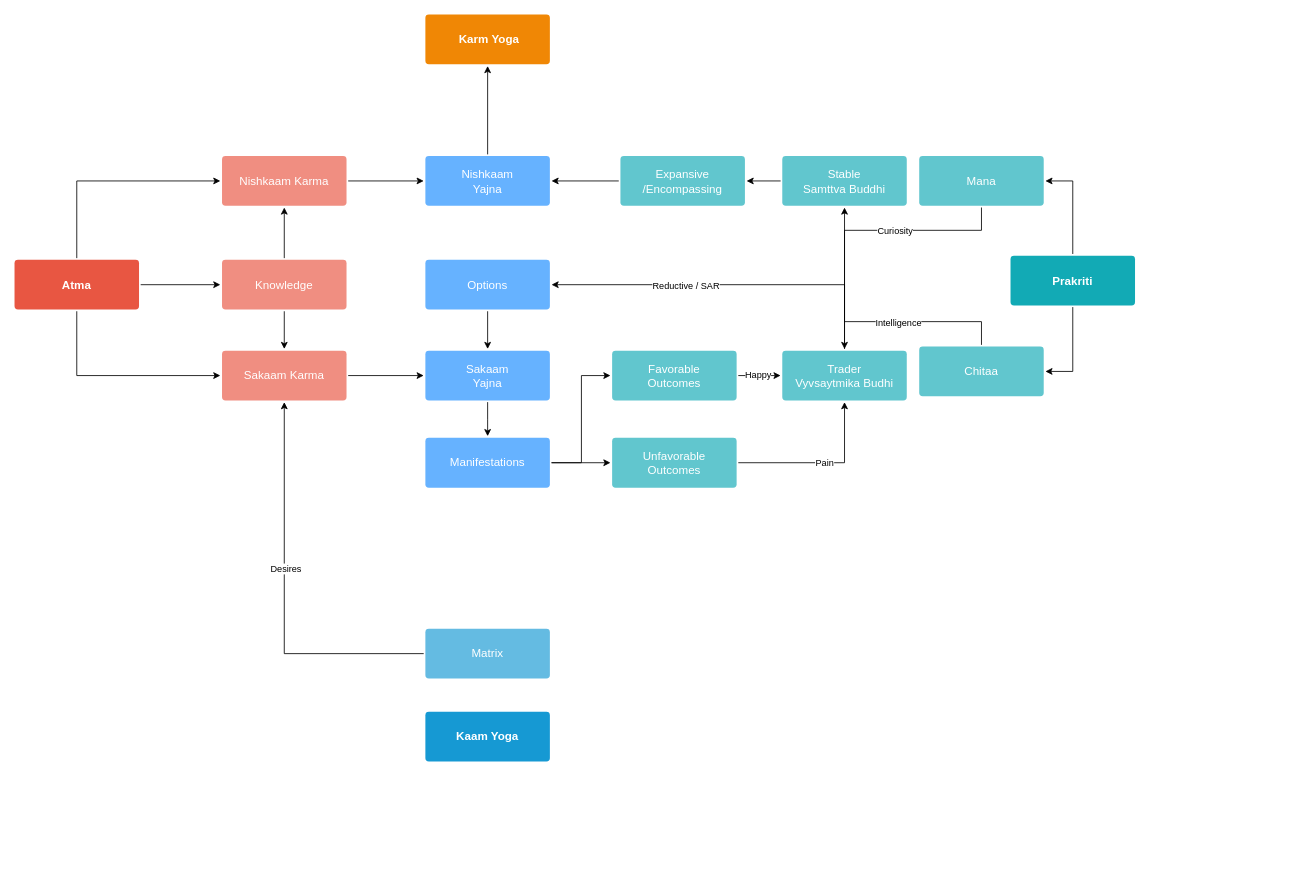
Before: src/Untitled Diagram.drawio in ashutoshmjain/gita, a draw.io diagram. Source tidied: cells renumbered, new cells numbered last; positions are measured from the earlier drawing's top-left corner, leaving out a move shared by most shapes. Both pictures are drawn from the tidied source at 83%, with x=0, y=0 at pixel (14, 14).
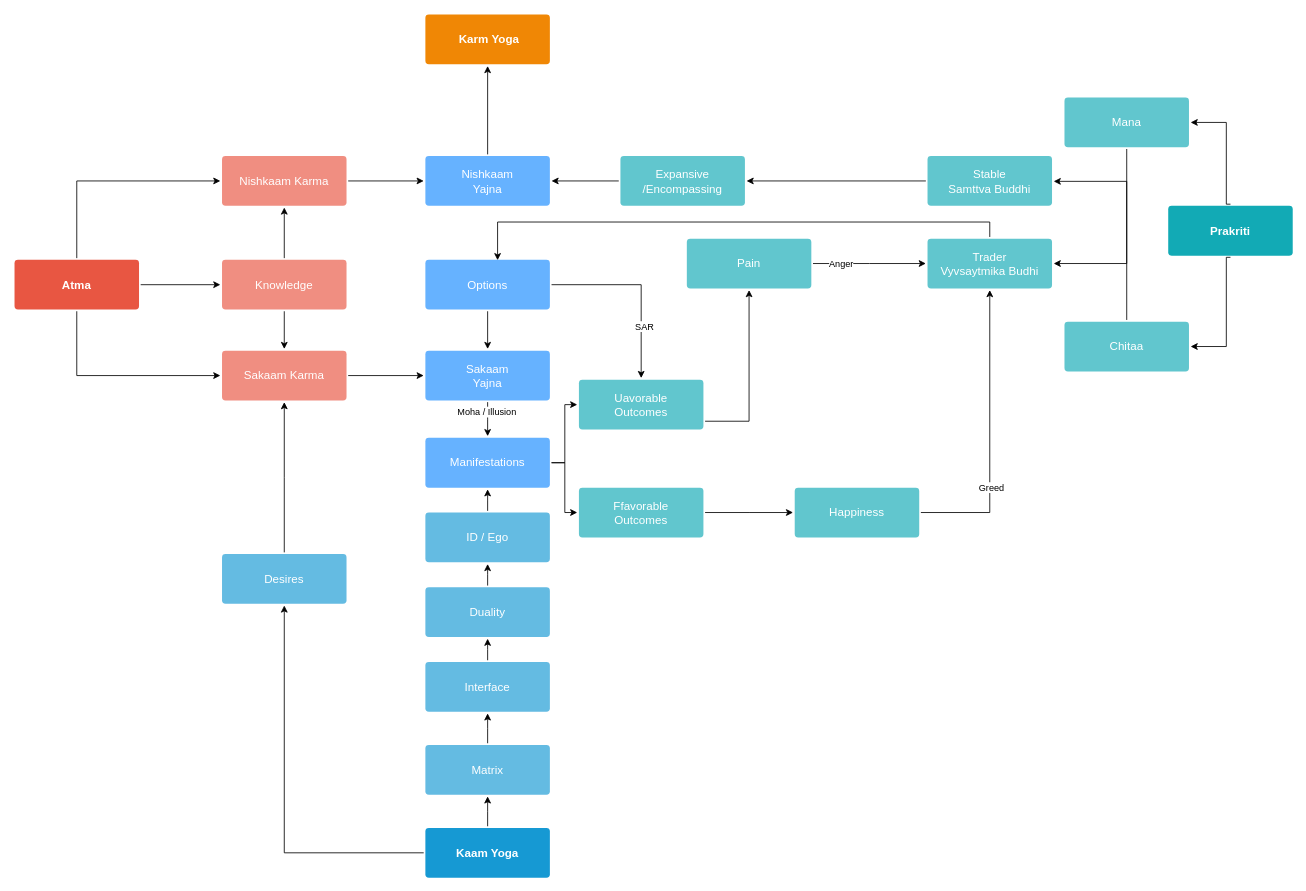
The same page after the edit.

Unchanged cells that the change refers to:
```xml
<mxCell id="7" value="Sakaam Karma" style="rounded=1;whiteSpace=wrap;html=1;shadow=0;labelBackgroundColor=none;strokeColor=none;strokeWidth=3;fillColor=#f08e81;fontFamily=Helvetica;fontSize=14;fontColor=#FFFFFF;align=center;spacing=5;fontStyle=0;arcSize=7;perimeterSpacing=2;" parent="1" vertex="1">
  <mxGeometry x="250" y="405" width="150" height="60" as="geometry" />
</mxCell>
<mxCell id="37" value="Options" style="rounded=1;whiteSpace=wrap;html=1;shadow=0;labelBackgroundColor=none;strokeColor=none;strokeWidth=3;fillColor=#66B2FF;fontFamily=Helvetica;fontSize=14;fontColor=#FFFFFF;align=center;spacing=5;fontStyle=0;arcSize=7;perimeterSpacing=2;" parent="1" vertex="1">
  <mxGeometry x="495" y="295.5" width="150" height="60" as="geometry" />
</mxCell>
<mxCell id="38" style="edgeStyle=elbowEdgeStyle;rounded=0;jettySize=auto;html=1;exitX=0.5;exitY=1;exitDx=0;exitDy=0;entryX=0.5;entryY=0;entryDx=0;entryDy=0;" parent="1" edge="1" source="39" target="48">
  <mxGeometry relative="1" as="geometry" />
</mxCell>
<mxCell id="48" value="Manifestations" style="rounded=1;whiteSpace=wrap;html=1;shadow=0;labelBackgroundColor=none;strokeColor=none;strokeWidth=3;fillColor=#66B2FF;fontFamily=Helvetica;fontSize=14;fontColor=#FFFFFF;align=center;spacing=5;fontStyle=0;arcSize=7;perimeterSpacing=2;" parent="1" vertex="1">
  <mxGeometry x="495" y="510" width="150" height="60" as="geometry" />
</mxCell>
```

The edit, as a diff of the source:
```diff
@@
+    <mxCell id="49" style="edgeStyle=elbowEdgeStyle;rounded=0;jettySize=auto;html=1;exitX=0;exitY=0.5;exitDx=0;exitDy=0;entryX=0.5;entryY=1;entryDx=0;entryDy=0;" parent="1" edge="1" source="13" target="15">
+      <mxGeometry relative="1" as="geometry">
+        <Array as="points">
+          <mxPoint x="325" y="840" />
+        </Array>
+      </mxGeometry>
+    </mxCell>
+    <mxCell id="50" style="edgeStyle=elbowEdgeStyle;rounded=0;jettySize=auto;html=1;exitX=0.5;exitY=0;exitDx=0;exitDy=0;entryX=0.5;entryY=1;entryDx=0;entryDy=0;" parent="1" edge="1" source="13" target="16">
+      <mxGeometry relative="1" as="geometry" />
+    </mxCell>
     <mxCell id="13" value="Kaam Yoga" style="rounded=1;whiteSpace=wrap;html=1;shadow=0;labelBackgroundColor=none;strokeColor=none;strokeWidth=3;fillColor=#1699d3;fontFamily=Helvetica;fontSize=14;fontColor=#FFFFFF;align=center;spacing=5;fontStyle=1;arcSize=7;perimeterSpacing=2;" parent="1" vertex="1">
-      <mxGeometry x="495" y="840" width="150" height="60" as="geometry" />
+      <mxGeometry x="495" y="980" width="150" height="60" as="geometry" />
     </mxCell>
-    <mxCell id="14" style="edgeStyle=elbowEdgeStyle;rounded=0;jettySize=auto;html=1;exitX=0;exitY=0.5;exitDx=0;exitDy=0;entryX=0.5;entryY=1;entryDx=0;entryDy=0;" parent="1" edge="1" source="16" target="7">
-      <mxGeometry relative="1" as="geometry">
-        <Array as="points">
-          <mxPoint x="325" y="670" />
-        </Array>
-      </mxGeometry>
-    </mxCell>
-    <mxCell id="15" value="Desires" style="edgeLabel;html=1;align=center;verticalAlign=middle;points=[];" parent="14" vertex="1">
-      <mxGeometry x="0.15" y="-1" relative="1" as="geometry" />
-    </mxCell>
+    <mxCell id="51" style="edgeStyle=elbowEdgeStyle;rounded=0;jettySize=auto;html=1;exitX=0.5;exitY=0;exitDx=0;exitDy=0;entryX=0.5;entryY=1;entryDx=0;entryDy=0;" parent="1" edge="1" source="16" target="58">
+      <mxGeometry relative="1" as="geometry" />
+    </mxCell>
     <mxCell id="16" value="Matrix" style="rounded=1;whiteSpace=wrap;html=1;shadow=0;labelBackgroundColor=none;strokeColor=none;strokeWidth=3;fillColor=#64bbe2;fontFamily=Helvetica;fontSize=14;fontColor=#FFFFFF;align=center;spacing=5;arcSize=7;perimeterSpacing=2;" parent="1" vertex="1">
-      <mxGeometry x="495" y="740" width="150" height="60" as="geometry" />
+      <mxGeometry x="495" y="880" width="150" height="60" as="geometry" />
     </mxCell>
@@
-    <mxCell id="18" style="edgeStyle=orthogonalEdgeStyle;rounded=0;jettySize=auto;html=1;exitX=0.5;exitY=0;exitDx=0;exitDy=0;entryX=1;entryY=0.5;entryDx=0;entryDy=0;" parent="1" edge="1" source="20" target="26">
+    <mxCell id="18" style="edgeStyle=elbowEdgeStyle;rounded=0;jettySize=auto;html=1;exitX=0.5;exitY=0;exitDx=0;exitDy=0;entryX=1;entryY=0.5;entryDx=0;entryDy=0;" parent="1" edge="1" source="20" target="26">
       <mxGeometry relative="1" as="geometry">
         <Array as="points">
-          <mxPoint x="1275" y="201" />
+          <mxPoint x="1460" y="250" />
         </Array>
       </mxGeometry>
     </mxCell>
-    <mxCell id="19" style="edgeStyle=orthogonalEdgeStyle;rounded=0;jettySize=auto;html=1;entryX=1;entryY=0.5;entryDx=0;entryDy=0;" parent="1" edge="1" source="20" target="23">
+    <mxCell id="19" style="edgeStyle=elbowEdgeStyle;rounded=0;jettySize=auto;html=1;exitX=0.5;exitY=1;exitDx=0;exitDy=0;entryX=1;entryY=0.5;entryDx=0;entryDy=0;" parent="1" edge="1" source="20" target="23">
       <mxGeometry relative="1" as="geometry">
         <Array as="points">
-          <mxPoint x="1275" y="430" />
+          <mxPoint x="1460" y="420" />
         </Array>
       </mxGeometry>
     </mxCell>
     <mxCell id="20" value="Prakriti" style="rounded=1;whiteSpace=wrap;html=1;shadow=0;labelBackgroundColor=none;strokeColor=none;strokeWidth=3;fillColor=#12aab5;fontFamily=Helvetica;fontSize=14;fontColor=#FFFFFF;align=center;spacing=5;fontStyle=1;arcSize=7;perimeterSpacing=2;" parent="1" vertex="1">
-      <mxGeometry x="1200" y="290.5" width="150" height="60" as="geometry" />
+      <mxGeometry x="1390" y="230.5" width="150" height="60" as="geometry" />
     </mxCell>
-    <mxCell id="21" style="edgeStyle=orthogonalEdgeStyle;rounded=0;jettySize=auto;html=1;exitX=0.5;exitY=0;exitDx=0;exitDy=0;entryX=0.5;entryY=1;entryDx=0;entryDy=0;" parent="1" edge="1" source="23" target="28">
+    <mxCell id="21" style="edgeStyle=elbowEdgeStyle;rounded=0;jettySize=auto;elbow=vertical;html=1;exitX=0.5;exitY=0;exitDx=0;exitDy=0;entryX=1;entryY=0.5;entryDx=0;entryDy=0;" parent="1" edge="1" source="23" target="28">
       <mxGeometry relative="1" as="geometry">
         <Array as="points">
-          <mxPoint x="1165" y="370" />
-          <mxPoint x="1000" y="370" />
-          <mxPoint x="1000" y="238" />
+          <mxPoint x="1300" y="201" />
+          <mxPoint x="1340" y="210" />
         </Array>
       </mxGeometry>
     </mxCell>
-    <mxCell id="22" value="Intelligence" style="edgeLabel;html=1;align=center;verticalAlign=middle;" parent="21" vertex="1">
-      <mxGeometry x="-0.22" y="1" relative="1" as="geometry" />
-    </mxCell>
     <mxCell id="23" value="Chitaa" style="rounded=1;whiteSpace=wrap;html=1;shadow=0;labelBackgroundColor=none;strokeColor=none;strokeWidth=3;fillColor=#61c6ce;fontFamily=Helvetica;fontSize=14;fontColor=#FFFFFF;align=center;spacing=5;fontStyle=0;arcSize=7;perimeterSpacing=2;" parent="1" vertex="1">
-      <mxGeometry x="1090" y="400" width="150" height="60" as="geometry" />
+      <mxGeometry x="1265" y="370" width="150" height="60" as="geometry" />
     </mxCell>
-    <mxCell id="24" style="edgeStyle=orthogonalEdgeStyle;rounded=0;jettySize=auto;html=1;entryX=0.5;entryY=0;entryDx=0;entryDy=0;exitX=0.5;exitY=1;exitDx=0;exitDy=0;" parent="1" edge="1" source="26" target="31">
+    <mxCell id="24" style="edgeStyle=elbowEdgeStyle;rounded=0;jettySize=auto;elbow=vertical;html=1;exitX=0.5;exitY=1;exitDx=0;exitDy=0;entryX=1;entryY=0.5;entryDx=0;entryDy=0;" parent="1" edge="1" source="26" target="31">
       <mxGeometry relative="1" as="geometry">
         <Array as="points">
-          <mxPoint x="1165" y="260" />
-          <mxPoint x="1000" y="260" />
+          <mxPoint x="1340" y="300" />
         </Array>
       </mxGeometry>
     </mxCell>
-    <mxCell id="25" value="Curiosity" style="edgeLabel;html=1;align=center;verticalAlign=middle;" parent="24" vertex="1">
-      <mxGeometry x="-0.21" relative="1" as="geometry">
-        <mxPoint x="1" as="offset" />
-      </mxGeometry>
-    </mxCell>
     <mxCell id="26" value="Mana" style="rounded=1;whiteSpace=wrap;html=1;shadow=0;labelBackgroundColor=none;strokeColor=none;strokeWidth=3;fillColor=#61c6ce;fontFamily=Helvetica;fontSize=14;fontColor=#FFFFFF;align=center;spacing=5;fontStyle=0;arcSize=7;perimeterSpacing=2;" parent="1" vertex="1">
-      <mxGeometry x="1090" y="170.5" width="150" height="60" as="geometry" />
+      <mxGeometry x="1265" y="100" width="150" height="60" as="geometry" />
     </mxCell>
@@
     <mxCell id="28" value="&lt;div&gt;Stable &lt;br&gt;&lt;/div&gt;&lt;div&gt;Samttva Buddhi&lt;br&gt;&lt;/div&gt;" style="rounded=1;whiteSpace=wrap;html=1;shadow=0;labelBackgroundColor=none;strokeColor=none;strokeWidth=3;fillColor=#61c6ce;fontFamily=Helvetica;fontSize=14;fontColor=#FFFFFF;align=center;spacing=5;fontStyle=0;arcSize=7;perimeterSpacing=2;" parent="1" vertex="1">
-      <mxGeometry x="925" y="170.5" width="150" height="60" as="geometry" />
+      <mxGeometry x="1100" y="170.5" width="150" height="60" as="geometry" />
     </mxCell>
-    <mxCell id="29" style="edgeStyle=orthogonalEdgeStyle;rounded=0;jettySize=auto;html=1;exitX=0.5;exitY=0;exitDx=0;exitDy=0;entryX=1;entryY=0.5;entryDx=0;entryDy=0;" parent="1" edge="1" source="31" target="37">
-      <mxGeometry relative="1" as="geometry">
-        <Array as="points">
-          <mxPoint x="1000" y="326" />
-        </Array>
-      </mxGeometry>
-    </mxCell>
-    <mxCell id="30" value="Reductive / SAR" style="edgeLabel;html=1;align=center;verticalAlign=middle;" parent="29" vertex="1">
-      <mxGeometry x="0.25" y="1" relative="1" as="geometry" />
-    </mxCell>
-    <mxCell id="31" value="&lt;div&gt;Trader &lt;br&gt;&lt;/div&gt;&lt;div&gt;Vyvsaytmika Budhi&lt;br&gt;&lt;/div&gt;" style="rounded=1;whiteSpace=wrap;html=1;shadow=0;labelBackgroundColor=none;strokeColor=none;strokeWidth=3;fillColor=#61c6ce;fontFamily=Helvetica;fontSize=14;fontColor=#FFFFFF;align=center;spacing=5;fontStyle=0;arcSize=7;perimeterSpacing=2;" parent="1" vertex="1">
-      <mxGeometry x="925" y="405" width="150" height="60" as="geometry" />
-    </mxCell>
@@
+    <mxCell id="52" style="edgeStyle=elbowEdgeStyle;rounded=0;jettySize=auto;html=1;exitX=1;exitY=0.5;exitDx=0;exitDy=0;entryX=0.5;entryY=0;entryDx=0;entryDy=0;" parent="1" edge="1" source="37" target="42">
+      <mxGeometry relative="1" as="geometry">
+        <Array as="points">
+          <mxPoint x="755" y="390" />
+          <mxPoint x="740" y="380" />
+          <mxPoint x="750" y="370" />
+        </Array>
+      </mxGeometry>
+    </mxCell>
+    <mxCell id="53" value="SAR " style="edgeLabel;html=1;align=center;verticalAlign=middle;" parent="52" vertex="1">
+      <mxGeometry x="0.43" y="3" relative="1" as="geometry" />
+    </mxCell>
@@
+    <mxCell id="54" value="Moha / Illusion" style="edgeLabel;html=1;align=center;verticalAlign=middle;" parent="38" vertex="1">
+      <mxGeometry x="-0.46" y="-2" relative="1" as="geometry" />
+    </mxCell>
@@
-    <mxCell id="40" style="edgeStyle=elbowEdgeStyle;rounded=0;jettySize=auto;html=1;exitX=1;exitY=0.5;exitDx=0;exitDy=0;entryX=0;entryY=0.5;entryDx=0;entryDy=0;" parent="1" edge="1" source="42" target="31">
-      <mxGeometry relative="1" as="geometry" />
-    </mxCell>
-    <mxCell id="41" value="Happy" style="edgeLabel;html=1;align=center;verticalAlign=middle;" parent="40" vertex="1">
-      <mxGeometry x="-0.09" y="2" relative="1" as="geometry" />
-    </mxCell>
+    <mxCell id="55" style="edgeStyle=elbowEdgeStyle;rounded=0;jettySize=auto;html=1;entryX=0.5;entryY=1;entryDx=0;entryDy=0;" parent="1" edge="1" source="42" target="44">
+      <mxGeometry relative="1" as="geometry">
+        <Array as="points">
+          <mxPoint x="885" y="490" />
+          <mxPoint x="880" y="430" />
+        </Array>
+      </mxGeometry>
+    </mxCell>
-    <mxCell id="42" value="&lt;div&gt;Favorable&lt;/div&gt;&lt;div&gt;Outcomes&lt;br&gt;&lt;/div&gt;" style="rounded=1;whiteSpace=wrap;html=1;shadow=0;labelBackgroundColor=none;strokeColor=none;strokeWidth=3;fillColor=#61c6ce;fontFamily=Helvetica;fontSize=14;fontColor=#FFFFFF;align=center;spacing=5;fontStyle=0;arcSize=7;perimeterSpacing=2;" parent="1" vertex="1">
-      <mxGeometry x="720" y="405" width="150" height="60" as="geometry" />
+    <mxCell id="42" value="&lt;div&gt;Uavorable&lt;/div&gt;&lt;div&gt;Outcomes&lt;br&gt;&lt;/div&gt;" style="rounded=1;whiteSpace=wrap;html=1;shadow=0;labelBackgroundColor=none;strokeColor=none;strokeWidth=3;fillColor=#61c6ce;fontFamily=Helvetica;fontSize=14;fontColor=#FFFFFF;align=center;spacing=5;fontStyle=0;arcSize=7;perimeterSpacing=2;" parent="1" vertex="1">
+      <mxGeometry x="680" y="440" width="150" height="60" as="geometry" />
     </mxCell>
-    <mxCell id="43" style="edgeStyle=elbowEdgeStyle;rounded=0;jettySize=auto;html=1;exitX=1;exitY=0.5;exitDx=0;exitDy=0;entryX=0.5;entryY=1;entryDx=0;entryDy=0;" parent="1" edge="1" source="45" target="31">
-      <mxGeometry relative="1" as="geometry">
-        <Array as="points">
-          <mxPoint x="1000" y="540" />
-        </Array>
-      </mxGeometry>
-    </mxCell>
-    <mxCell id="44" value="Pain" style="edgeLabel;html=1;align=center;verticalAlign=middle;points=[];" parent="43" vertex="1">
-      <mxGeometry x="0.02" y="1" relative="1" as="geometry" />
-    </mxCell>
+    <mxCell id="56" style="edgeStyle=elbowEdgeStyle;rounded=0;jettySize=auto;html=1;exitX=1;exitY=0.5;exitDx=0;exitDy=0;entryX=0;entryY=0.5;entryDx=0;entryDy=0;" parent="1" edge="1" source="45" target="68">
+      <mxGeometry relative="1" as="geometry" />
+    </mxCell>
-    <mxCell id="45" value="&lt;div&gt;Unfavorable&lt;/div&gt;&lt;div&gt;Outcomes&lt;br&gt;&lt;/div&gt;" style="rounded=1;whiteSpace=wrap;html=1;shadow=0;labelBackgroundColor=none;strokeColor=none;strokeWidth=3;fillColor=#61c6ce;fontFamily=Helvetica;fontSize=14;fontColor=#FFFFFF;align=center;spacing=5;fontStyle=0;arcSize=7;perimeterSpacing=2;" parent="1" vertex="1">
-      <mxGeometry x="720" y="510" width="150" height="60" as="geometry" />
+    <mxCell id="45" value="&lt;div&gt;Ffavorable&lt;/div&gt;&lt;div&gt;Outcomes&lt;br&gt;&lt;/div&gt;" style="rounded=1;whiteSpace=wrap;html=1;shadow=0;labelBackgroundColor=none;strokeColor=none;strokeWidth=3;fillColor=#61c6ce;fontFamily=Helvetica;fontSize=14;fontColor=#FFFFFF;align=center;spacing=5;fontStyle=0;arcSize=7;perimeterSpacing=2;" parent="1" vertex="1">
+      <mxGeometry x="680" y="570" width="150" height="60" as="geometry" />
     </mxCell>
@@
+    <mxCell id="57" style="edgeStyle=elbowEdgeStyle;rounded=0;jettySize=auto;html=1;exitX=0.5;exitY=0;exitDx=0;exitDy=0;entryX=0.5;entryY=1;entryDx=0;entryDy=0;" parent="1" edge="1" source="58" target="61">
+      <mxGeometry relative="1" as="geometry" />
+    </mxCell>
+    <mxCell id="58" value="Interface" style="rounded=1;whiteSpace=wrap;html=1;shadow=0;labelBackgroundColor=none;strokeColor=none;strokeWidth=3;fillColor=#64bbe2;fontFamily=Helvetica;fontSize=14;fontColor=#FFFFFF;align=center;spacing=5;arcSize=7;perimeterSpacing=2;" parent="1" vertex="1">
+      <mxGeometry x="495" y="780" width="150" height="60" as="geometry" />
+    </mxCell>
+    <mxCell id="59" style="edgeStyle=elbowEdgeStyle;rounded=0;jettySize=auto;html=1;exitX=0.5;exitY=0;exitDx=0;exitDy=0;entryX=0.5;entryY=1;entryDx=0;entryDy=0;" parent="1" edge="1" source="15" target="7">
+      <mxGeometry relative="1" as="geometry" />
+    </mxCell>
+    <mxCell id="15" value="Desires" style="rounded=1;whiteSpace=wrap;html=1;shadow=0;labelBackgroundColor=none;strokeColor=none;strokeWidth=3;fillColor=#64bbe2;fontFamily=Helvetica;fontSize=14;fontColor=#FFFFFF;align=center;spacing=5;arcSize=7;perimeterSpacing=2;" parent="1" vertex="1">
+      <mxGeometry x="250" y="650" width="150" height="60" as="geometry" />
+    </mxCell>
+    <mxCell id="60" style="edgeStyle=elbowEdgeStyle;rounded=0;jettySize=auto;html=1;exitX=0.5;exitY=0;exitDx=0;exitDy=0;entryX=0.5;entryY=1;entryDx=0;entryDy=0;" parent="1" edge="1" source="61" target="63">
+      <mxGeometry relative="1" as="geometry" />
+    </mxCell>
+    <mxCell id="61" value="Duality" style="rounded=1;whiteSpace=wrap;html=1;shadow=0;labelBackgroundColor=none;strokeColor=none;strokeWidth=3;fillColor=#64bbe2;fontFamily=Helvetica;fontSize=14;fontColor=#FFFFFF;align=center;spacing=5;arcSize=7;perimeterSpacing=2;" parent="1" vertex="1">
+      <mxGeometry x="495" y="690" width="150" height="60" as="geometry" />
+    </mxCell>
+    <mxCell id="62" style="edgeStyle=elbowEdgeStyle;rounded=0;jettySize=auto;html=1;exitX=0.5;exitY=0;exitDx=0;exitDy=0;entryX=0.5;entryY=1;entryDx=0;entryDy=0;" parent="1" edge="1" source="63" target="48">
+      <mxGeometry relative="1" as="geometry" />
+    </mxCell>
+    <mxCell id="63" value="ID / Ego" style="rounded=1;whiteSpace=wrap;html=1;shadow=0;labelBackgroundColor=none;strokeColor=none;strokeWidth=3;fillColor=#64bbe2;fontFamily=Helvetica;fontSize=14;fontColor=#FFFFFF;align=center;spacing=5;arcSize=7;perimeterSpacing=2;" parent="1" vertex="1">
+      <mxGeometry x="495" y="600" width="150" height="60" as="geometry" />
+    </mxCell>
+    <mxCell id="64" style="edgeStyle=elbowEdgeStyle;rounded=0;jettySize=auto;elbow=vertical;html=1;exitX=1;exitY=0.5;exitDx=0;exitDy=0;entryX=0;entryY=0.5;entryDx=0;entryDy=0;" parent="1" edge="1" source="44" target="31">
+      <mxGeometry relative="1" as="geometry" />
+    </mxCell>
+    <mxCell id="65" value="Anger" style="edgeLabel;html=1;align=center;verticalAlign=middle;" parent="64" vertex="1">
+      <mxGeometry x="-0.51" relative="1" as="geometry" />
+    </mxCell>
+    <mxCell id="44" value="Pain" style="rounded=1;whiteSpace=wrap;html=1;shadow=0;labelBackgroundColor=none;strokeColor=none;strokeWidth=3;fillColor=#61c6ce;fontFamily=Helvetica;fontSize=14;fontColor=#FFFFFF;align=center;spacing=5;fontStyle=0;arcSize=7;perimeterSpacing=2;" parent="1" vertex="1">
+      <mxGeometry x="810" y="270" width="150" height="60" as="geometry" />
+    </mxCell>
+    <mxCell id="66" style="edgeStyle=elbowEdgeStyle;rounded=0;jettySize=auto;elbow=vertical;html=1;exitX=1;exitY=0.5;exitDx=0;exitDy=0;entryX=0.5;entryY=1;entryDx=0;entryDy=0;" parent="1" edge="1" source="68" target="31">
+      <mxGeometry relative="1" as="geometry">
+        <Array as="points">
+          <mxPoint x="1200" y="600" />
+        </Array>
+      </mxGeometry>
+    </mxCell>
+    <mxCell id="67" value="Greed" style="edgeLabel;html=1;align=center;verticalAlign=middle;" parent="66" vertex="1">
+      <mxGeometry x="-0.35" y="-1" relative="1" as="geometry" />
+    </mxCell>
+    <mxCell id="68" value="Happiness" style="rounded=1;whiteSpace=wrap;html=1;shadow=0;labelBackgroundColor=none;strokeColor=none;strokeWidth=3;fillColor=#61c6ce;fontFamily=Helvetica;fontSize=14;fontColor=#FFFFFF;align=center;spacing=5;fontStyle=0;arcSize=7;perimeterSpacing=2;" parent="1" vertex="1">
+      <mxGeometry x="940" y="570" width="150" height="60" as="geometry" />
+    </mxCell>
+    <mxCell id="29" style="edgeStyle=elbowEdgeStyle;rounded=0;jettySize=auto;elbow=vertical;html=1;exitX=0.5;exitY=0;exitDx=0;exitDy=0;entryX=0.578;entryY=0.039;entryDx=0;entryDy=0;entryPerimeter=0;" parent="1" edge="1" source="31" target="37">
+      <mxGeometry relative="1" as="geometry">
+        <Array as="points">
+          <mxPoint x="880" y="250" />
+        </Array>
+      </mxGeometry>
+    </mxCell>
+    <mxCell id="31" value="&lt;div&gt;Trader &lt;br&gt;&lt;/div&gt;&lt;div&gt;Vyvsaytmika Budhi&lt;br&gt;&lt;/div&gt;" style="rounded=1;whiteSpace=wrap;html=1;shadow=0;labelBackgroundColor=none;strokeColor=none;strokeWidth=3;fillColor=#61c6ce;fontFamily=Helvetica;fontSize=14;fontColor=#FFFFFF;align=center;spacing=5;fontStyle=0;arcSize=7;perimeterSpacing=2;" parent="1" vertex="1">
+      <mxGeometry x="1100" y="270" width="150" height="60" as="geometry" />
+    </mxCell>
```
